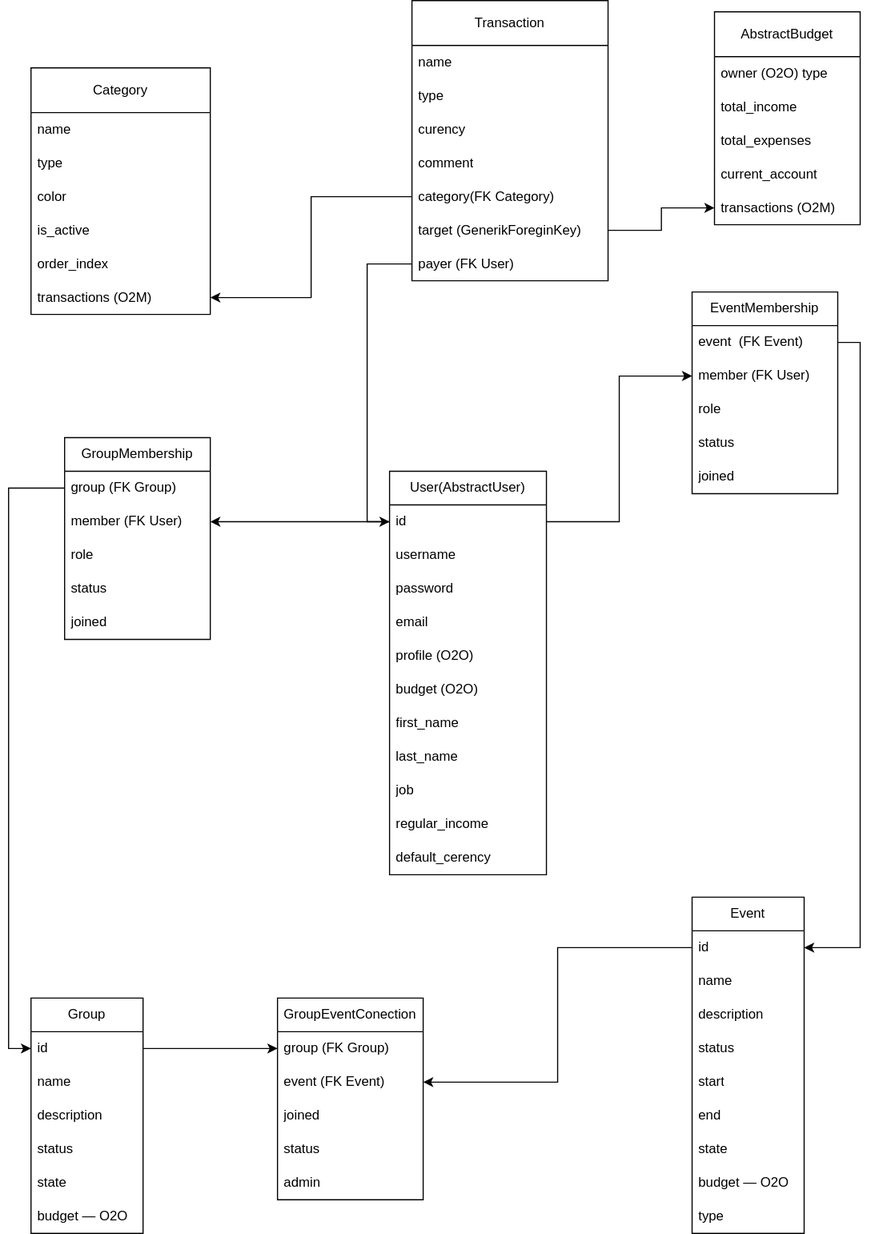
Earlier version of the draw.io export addition_info/core_structure.svg (Vorongor/financial_tracker). Source tidied: cells renumbered, new cells last; positions are measured from the earlier drawing's top-left corner, leaving out a move shared by most shapes.
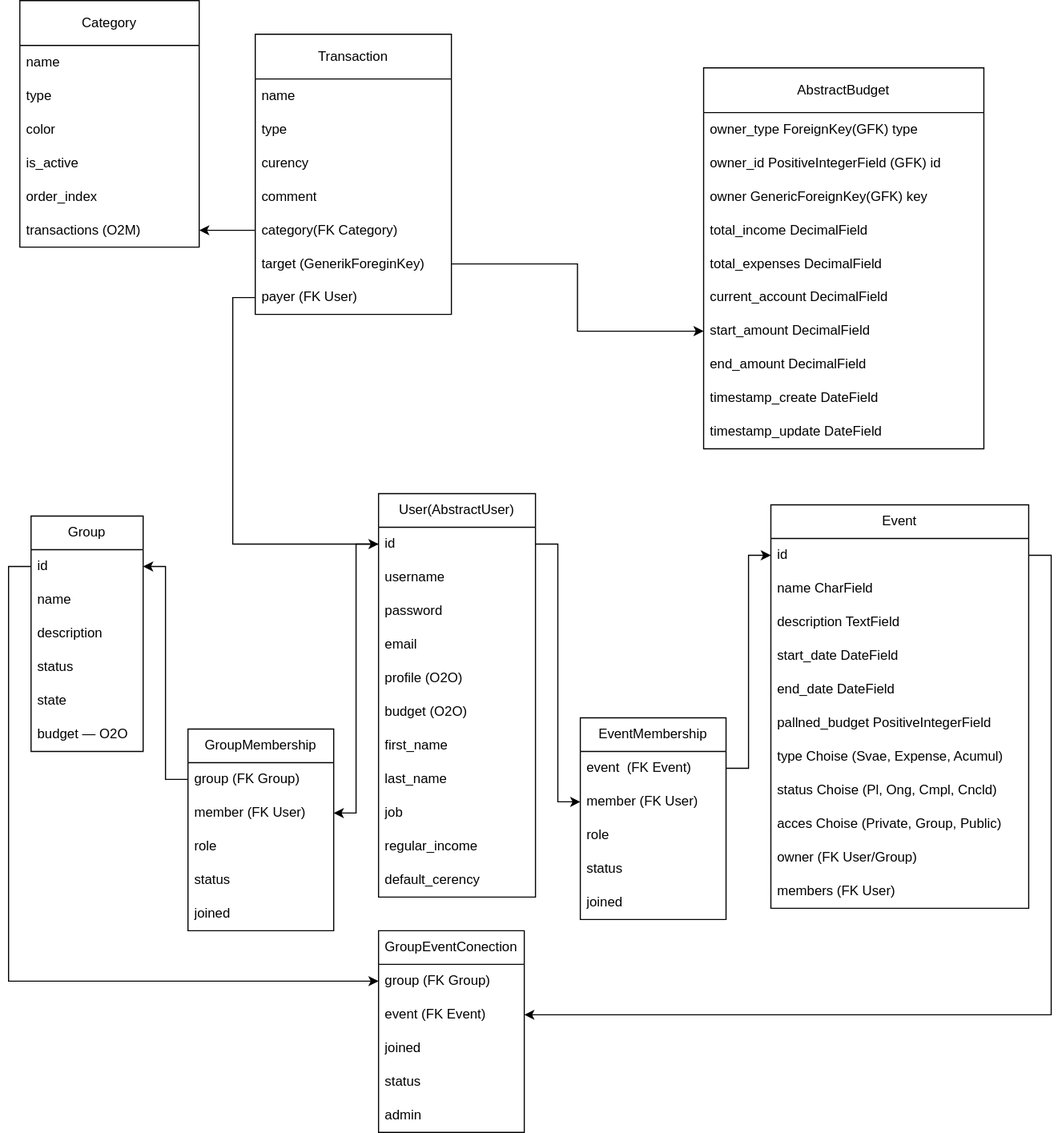
Above is the later version.

Change to the diagram source:
```diff
@@ -3,7 +3,7 @@
     <mxCell id="0" />
     <mxCell id="1" parent="0" />
     <mxCell id="2" value="User(AbstractUser)" style="swimlane;fontStyle=0;horizontal=1;startSize=30;whiteSpace=wrap;html=1;" parent="1" vertex="1">
-      <mxGeometry x="320" y="420" width="140" height="360" as="geometry" />
+      <mxGeometry x="290" y="420" width="140" height="360" as="geometry" />
     </mxCell>
     <mxCell id="3" value="id" style="text;strokeColor=none;fillColor=none;align=left;verticalAlign=middle;spacingLeft=4;spacingRight=4;overflow=hidden;points=[[0,0.5],[1,0.5]];portConstraint=eastwest;whiteSpace=wrap;html=1;" parent="2" vertex="1">
       <mxGeometry y="30" width="140" height="30" as="geometry" />
@@ -39,7 +39,7 @@
       <mxGeometry y="330" width="140" height="30" as="geometry" />
     </mxCell>
     <mxCell id="14" value="Group" style="swimlane;fontStyle=0;horizontal=1;startSize=30;whiteSpace=wrap;html=1;" parent="1" vertex="1">
-      <mxGeometry y="890" width="100" height="210" as="geometry" />
+      <mxGeometry x="-20" y="440" width="100" height="210" as="geometry" />
     </mxCell>
     <mxCell id="15" value="id" style="text;strokeColor=none;fillColor=none;align=left;verticalAlign=middle;spacingLeft=4;spacingRight=4;overflow=hidden;points=[[0,0.5],[1,0.5]];portConstraint=eastwest;whiteSpace=wrap;html=1;" parent="14" vertex="1">
       <mxGeometry y="30" width="100" height="30" as="geometry" />
@@ -60,7 +60,7 @@
       <mxGeometry y="180" width="100" height="30" as="geometry" />
     </mxCell>
     <mxCell id="21" value="GroupMembership" style="swimlane;fontStyle=0;horizontal=1;startSize=30;whiteSpace=wrap;html=1;" parent="1" vertex="1">
-      <mxGeometry x="30" y="390" width="130" height="180" as="geometry" />
+      <mxGeometry x="120" y="630" width="130" height="180" as="geometry" />
     </mxCell>
     <mxCell id="22" value="group (FK Group)" style="text;strokeColor=none;fillColor=none;align=left;verticalAlign=middle;spacingLeft=4;spacingRight=4;overflow=hidden;points=[[0,0.5],[1,0.5]];portConstraint=eastwest;whiteSpace=wrap;html=1;" parent="21" vertex="1">
       <mxGeometry y="30" width="130" height="30" as="geometry" />
@@ -78,7 +78,7 @@
       <mxGeometry y="150" width="130" height="30" as="geometry" />
     </mxCell>
     <mxCell id="27" value="EventMembership" style="swimlane;fontStyle=0;horizontal=1;startSize=30;whiteSpace=wrap;html=1;" parent="1" vertex="1">
-      <mxGeometry x="590" y="260" width="130" height="180" as="geometry" />
+      <mxGeometry x="470" y="620" width="130" height="180" as="geometry" />
     </mxCell>
     <mxCell id="28" value="event&amp;nbsp; (FK Event)" style="text;strokeColor=none;fillColor=none;align=left;verticalAlign=middle;spacingLeft=4;spacingRight=4;overflow=hidden;points=[[0,0.5],[1,0.5]];portConstraint=eastwest;whiteSpace=wrap;html=1;" parent="27" vertex="1">
       <mxGeometry y="30" width="130" height="30" as="geometry" />
@@ -102,37 +102,43 @@
       <mxGeometry relative="1" as="geometry" />
     </mxCell>
     <mxCell id="35" value="Event" style="swimlane;fontStyle=0;horizontal=1;startSize=30;whiteSpace=wrap;html=1;" parent="1" vertex="1">
-      <mxGeometry x="590" y="800" width="100" height="300" as="geometry" />
+      <mxGeometry x="640" y="430" width="230" height="360" as="geometry" />
     </mxCell>
     <mxCell id="36" value="id" style="text;strokeColor=none;fillColor=none;align=left;verticalAlign=middle;spacingLeft=4;spacingRight=4;overflow=hidden;points=[[0,0.5],[1,0.5]];portConstraint=eastwest;whiteSpace=wrap;html=1;" parent="35" vertex="1">
-      <mxGeometry y="30" width="100" height="30" as="geometry" />
+      <mxGeometry y="30" width="230" height="30" as="geometry" />
     </mxCell>
-    <mxCell id="37" value="name" style="text;strokeColor=none;fillColor=none;align=left;verticalAlign=middle;spacingLeft=4;spacingRight=4;overflow=hidden;whiteSpace=wrap;html=1;" parent="35" vertex="1">
-      <mxGeometry y="60" width="100" height="30" as="geometry" />
+    <mxCell id="37" value="name CharField" style="text;strokeColor=none;fillColor=none;align=left;verticalAlign=middle;spacingLeft=4;spacingRight=4;overflow=hidden;whiteSpace=wrap;html=1;" parent="35" vertex="1">
+      <mxGeometry y="60" width="230" height="30" as="geometry" />
     </mxCell>
-    <mxCell id="38" value="description" style="text;strokeColor=none;fillColor=none;align=left;verticalAlign=middle;spacingLeft=4;spacingRight=4;overflow=hidden;whiteSpace=wrap;html=1;" parent="35" vertex="1">
-      <mxGeometry y="90" width="100" height="30" as="geometry" />
+    <mxCell id="38" value="description TextField" style="text;strokeColor=none;fillColor=none;align=left;verticalAlign=middle;spacingLeft=4;spacingRight=4;overflow=hidden;whiteSpace=wrap;html=1;" parent="35" vertex="1">
+      <mxGeometry y="90" width="230" height="30" as="geometry" />
     </mxCell>
-    <mxCell id="39" value="status" style="text;strokeColor=none;fillColor=none;align=left;verticalAlign=middle;spacingLeft=4;spacingRight=4;overflow=hidden;whiteSpace=wrap;html=1;" parent="35" vertex="1">
-      <mxGeometry y="120" width="100" height="30" as="geometry" />
-    </mxCell>
-    <mxCell id="40" value="start" style="text;strokeColor=none;fillColor=none;align=left;verticalAlign=middle;spacingLeft=4;spacingRight=4;overflow=hidden;whiteSpace=wrap;html=1;" parent="35" vertex="1">
-      <mxGeometry y="150" width="100" height="30" as="geometry" />
+    <mxCell id="40" value="start_date&amp;nbsp;DateField" style="text;strokeColor=none;fillColor=none;align=left;verticalAlign=middle;spacingLeft=4;spacingRight=4;overflow=hidden;whiteSpace=wrap;html=1;" parent="35" vertex="1">
+      <mxGeometry y="120" width="230" height="30" as="geometry" />
     </mxCell>
-    <mxCell id="41" value="end" style="text;strokeColor=none;fillColor=none;align=left;verticalAlign=middle;spacingLeft=4;spacingRight=4;overflow=hidden;whiteSpace=wrap;html=1;" parent="35" vertex="1">
-      <mxGeometry y="180" width="100" height="30" as="geometry" />
+    <mxCell id="41" value="end_date&amp;nbsp;DateField" style="text;strokeColor=none;fillColor=none;align=left;verticalAlign=middle;spacingLeft=4;spacingRight=4;overflow=hidden;whiteSpace=wrap;html=1;" parent="35" vertex="1">
+      <mxGeometry y="150" width="230" height="30" as="geometry" />
     </mxCell>
+    <mxCell id="39" value="pallned_budget PositiveIntegerField" style="text;strokeColor=none;fillColor=none;align=left;verticalAlign=middle;spacingLeft=4;spacingRight=4;overflow=hidden;whiteSpace=wrap;html=1;" parent="35" vertex="1">
+      <mxGeometry y="180" width="230" height="30" as="geometry" />
+    </mxCell>
-    <mxCell id="42" value="state" style="text;strokeColor=none;fillColor=none;align=left;verticalAlign=middle;spacingLeft=4;spacingRight=4;overflow=hidden;whiteSpace=wrap;html=1;" parent="35" vertex="1">
-      <mxGeometry y="210" width="100" height="30" as="geometry" />
+    <mxCell id="42" value="type Choise (Svae, Expense, Acumul)" style="text;strokeColor=none;fillColor=none;align=left;verticalAlign=middle;spacingLeft=4;spacingRight=4;overflow=hidden;whiteSpace=wrap;html=1;" parent="35" vertex="1">
+      <mxGeometry y="210" width="230" height="30" as="geometry" />
     </mxCell>
-    <mxCell id="43" value="budget — O2O " style="text;strokeColor=none;fillColor=none;align=left;verticalAlign=middle;spacingLeft=4;spacingRight=4;overflow=hidden;whiteSpace=wrap;html=1;" parent="35" vertex="1">
-      <mxGeometry y="240" width="100" height="30" as="geometry" />
+    <mxCell id="43" value="status Choise (Pl, Ong, Cmpl, Cncld)&amp;nbsp;" style="text;strokeColor=none;fillColor=none;align=left;verticalAlign=middle;spacingLeft=4;spacingRight=4;overflow=hidden;whiteSpace=wrap;html=1;" parent="35" vertex="1">
+      <mxGeometry y="240" width="230" height="30" as="geometry" />
     </mxCell>
-    <mxCell id="44" value="type" style="text;strokeColor=none;fillColor=none;align=left;verticalAlign=middle;spacingLeft=4;spacingRight=4;overflow=hidden;whiteSpace=wrap;html=1;" parent="35" vertex="1">
-      <mxGeometry y="270" width="100" height="30" as="geometry" />
+    <mxCell id="44" value="acces Choise (Private, Group, Public)" style="text;strokeColor=none;fillColor=none;align=left;verticalAlign=middle;spacingLeft=4;spacingRight=4;overflow=hidden;whiteSpace=wrap;html=1;" parent="35" vertex="1">
+      <mxGeometry y="270" width="230" height="30" as="geometry" />
     </mxCell>
+    <mxCell id="79" value="owner (FK User/Group)" style="text;strokeColor=none;fillColor=none;align=left;verticalAlign=middle;spacingLeft=4;spacingRight=4;overflow=hidden;whiteSpace=wrap;html=1;" parent="35" vertex="1">
+      <mxGeometry y="300" width="230" height="30" as="geometry" />
+    </mxCell>
+    <mxCell id="80" value="members (FK User)" style="text;strokeColor=none;fillColor=none;align=left;verticalAlign=middle;spacingLeft=4;spacingRight=4;overflow=hidden;whiteSpace=wrap;html=1;" parent="35" vertex="1">
+      <mxGeometry y="330" width="230" height="30" as="geometry" />
+    </mxCell>
     <mxCell id="45" value="GroupEventConection" style="swimlane;fontStyle=0;horizontal=1;startSize=30;whiteSpace=wrap;html=1;" parent="1" vertex="1">
-      <mxGeometry x="220" y="890" width="130" height="180" as="geometry" />
+      <mxGeometry x="290" y="810" width="130" height="180" as="geometry" />
     </mxCell>
     <mxCell id="46" value="group (FK Group)" style="text;strokeColor=none;fillColor=none;align=left;verticalAlign=middle;spacingLeft=4;spacingRight=4;overflow=hidden;points=[[0,0.5],[1,0.5]];portConstraint=eastwest;whiteSpace=wrap;html=1;" parent="45" vertex="1">
       <mxGeometry y="30" width="130" height="30" as="geometry" />
@@ -149,32 +155,47 @@
     <mxCell id="50" value="admin" style="text;strokeColor=none;fillColor=none;align=left;verticalAlign=middle;spacingLeft=4;spacingRight=4;overflow=hidden;whiteSpace=wrap;html=1;" parent="45" vertex="1">
       <mxGeometry y="150" width="130" height="30" as="geometry" />
     </mxCell>
-    <mxCell id="51" style="edgeStyle=orthogonalEdgeStyle;rounded=0;jettySize=auto;html=1;exitX=0;exitY=0.5;exitDx=0;exitDy=0;entryX=1;entryY=0.5;entryDx=0;entryDy=0;" parent="1" edge="1" source="36" target="47">
+    <mxCell id="51" style="edgeStyle=orthogonalEdgeStyle;rounded=0;jettySize=auto;html=1;exitX=1;exitY=0.5;exitDx=0;exitDy=0;entryX=1;entryY=0.5;entryDx=0;entryDy=0;" parent="1" edge="1" source="36" target="47">
       <mxGeometry relative="1" as="geometry" />
     </mxCell>
-    <mxCell id="52" style="edgeStyle=orthogonalEdgeStyle;rounded=0;jettySize=auto;html=1;exitX=1;exitY=0.5;exitDx=0;exitDy=0;entryX=0;entryY=0.5;entryDx=0;entryDy=0;" parent="1" edge="1" source="15" target="46">
+    <mxCell id="52" style="edgeStyle=orthogonalEdgeStyle;rounded=0;jettySize=auto;html=1;exitX=0;exitY=0.5;exitDx=0;exitDy=0;entryX=0;entryY=0.5;entryDx=0;entryDy=0;" parent="1" edge="1" source="15" target="46">
       <mxGeometry relative="1" as="geometry" />
     </mxCell>
     <mxCell id="53" value="AbstractBudget" style="swimlane;fontStyle=0;horizontal=1;startSize=40;whiteSpace=wrap;html=1;" parent="1" vertex="1">
-      <mxGeometry x="610" y="10" width="130" height="190" as="geometry" />
+      <mxGeometry x="580" y="40" width="250" height="340" as="geometry" />
     </mxCell>
-    <mxCell id="54" value="owner (O2O) type" style="text;strokeColor=none;fillColor=none;align=left;verticalAlign=middle;spacingLeft=4;spacingRight=4;overflow=hidden;whiteSpace=wrap;html=1;" parent="53" vertex="1">
-      <mxGeometry y="40" width="130" height="30" as="geometry" />
+    <mxCell id="54" value="owner_type ForeignKey&lt;span style=&quot;background-color: initial;&quot;&gt;(GFK) type&lt;/span&gt;" style="text;strokeColor=none;fillColor=none;align=left;verticalAlign=middle;spacingLeft=4;spacingRight=4;overflow=hidden;whiteSpace=wrap;html=1;" parent="53" vertex="1">
+      <mxGeometry y="40" width="250" height="30" as="geometry" />
     </mxCell>
+    <mxCell id="81" value="owner_id&amp;nbsp;PositiveIntegerField&lt;span style=&quot;background-color: initial;&quot;&gt;&amp;nbsp;(GFK) id&lt;/span&gt;" style="text;strokeColor=none;fillColor=none;align=left;verticalAlign=middle;spacingLeft=4;spacingRight=4;overflow=hidden;whiteSpace=wrap;html=1;" parent="53" vertex="1">
+      <mxGeometry y="70" width="250" height="30" as="geometry" />
+    </mxCell>
+    <mxCell id="82" value="owner GenericForeignKey&lt;span style=&quot;background-color: initial;&quot;&gt;(GFK) key&lt;/span&gt;" style="text;strokeColor=none;fillColor=none;align=left;verticalAlign=middle;spacingLeft=4;spacingRight=4;overflow=hidden;whiteSpace=wrap;html=1;" parent="53" vertex="1">
+      <mxGeometry y="100" width="250" height="30" as="geometry" />
+    </mxCell>
-    <mxCell id="55" value="total_income" style="text;strokeColor=none;fillColor=none;align=left;verticalAlign=middle;spacingLeft=4;spacingRight=4;overflow=hidden;whiteSpace=wrap;html=1;" parent="53" vertex="1">
-      <mxGeometry y="70" width="130" height="30" as="geometry" />
+    <mxCell id="55" value="total_income DecimalField" style="text;strokeColor=none;fillColor=none;align=left;verticalAlign=middle;spacingLeft=4;spacingRight=4;overflow=hidden;whiteSpace=wrap;html=1;" parent="53" vertex="1">
+      <mxGeometry y="130" width="250" height="30" as="geometry" />
     </mxCell>
-    <mxCell id="56" value="total_expenses" style="text;strokeColor=none;fillColor=none;align=left;verticalAlign=middle;spacingLeft=4;spacingRight=4;overflow=hidden;whiteSpace=wrap;html=1;" parent="53" vertex="1">
-      <mxGeometry y="100" width="130" height="30" as="geometry" />
+    <mxCell id="56" value="total_expenses DecimalField" style="text;strokeColor=none;fillColor=none;align=left;verticalAlign=middle;spacingLeft=4;spacingRight=4;overflow=hidden;whiteSpace=wrap;html=1;" parent="53" vertex="1">
+      <mxGeometry y="160" width="250" height="30" as="geometry" />
     </mxCell>
-    <mxCell id="57" value="current_account" style="text;strokeColor=none;fillColor=none;align=left;verticalAlign=middle;spacingLeft=4;spacingRight=4;overflow=hidden;whiteSpace=wrap;html=1;" parent="53" vertex="1">
-      <mxGeometry y="130" width="130" height="30" as="geometry" />
+    <mxCell id="57" value="current_account DecimalField" style="text;strokeColor=none;fillColor=none;align=left;verticalAlign=middle;spacingLeft=4;spacingRight=4;overflow=hidden;whiteSpace=wrap;html=1;" parent="53" vertex="1">
+      <mxGeometry y="190" width="250" height="30" as="geometry" />
     </mxCell>
-    <mxCell id="58" value="transactions (O2M)" style="text;strokeColor=none;fillColor=none;align=left;verticalAlign=middle;spacingLeft=4;spacingRight=4;overflow=hidden;points=[[0,0.5],[1,0.5]];portConstraint=eastwest;whiteSpace=wrap;html=1;" parent="53" vertex="1">
-      <mxGeometry y="160" width="130" height="30" as="geometry" />
+    <mxCell id="58" value="start_amount DecimalField" style="text;strokeColor=none;fillColor=none;align=left;verticalAlign=middle;spacingLeft=4;spacingRight=4;overflow=hidden;points=[[0,0.5],[1,0.5]];portConstraint=eastwest;whiteSpace=wrap;html=1;" parent="53" vertex="1">
+      <mxGeometry y="220" width="250" height="30" as="geometry" />
     </mxCell>
+    <mxCell id="83" value="end_amount DecimalField" style="text;strokeColor=none;fillColor=none;align=left;verticalAlign=middle;spacingLeft=4;spacingRight=4;overflow=hidden;whiteSpace=wrap;html=1;" parent="53" vertex="1">
+      <mxGeometry y="250" width="250" height="30" as="geometry" />
+    </mxCell>
+    <mxCell id="84" value="timestamp_create DateField" style="text;strokeColor=none;fillColor=none;align=left;verticalAlign=middle;spacingLeft=4;spacingRight=4;overflow=hidden;whiteSpace=wrap;html=1;" parent="53" vertex="1">
+      <mxGeometry y="280" width="250" height="30" as="geometry" />
+    </mxCell>
+    <mxCell id="85" value="timestamp_update DateField" style="text;strokeColor=none;fillColor=none;align=left;verticalAlign=middle;spacingLeft=4;spacingRight=4;overflow=hidden;whiteSpace=wrap;html=1;" parent="53" vertex="1">
+      <mxGeometry y="310" width="250" height="30" as="geometry" />
+    </mxCell>
     <mxCell id="59" value="Category" style="swimlane;fontStyle=0;horizontal=1;startSize=40;whiteSpace=wrap;html=1;" parent="1" vertex="1">
-      <mxGeometry y="60" width="160" height="220" as="geometry" />
+      <mxGeometry x="-30" y="-20" width="160" height="220" as="geometry" />
     </mxCell>
     <mxCell id="60" value="name" style="text;strokeColor=none;fillColor=none;align=left;verticalAlign=middle;spacingLeft=4;spacingRight=4;overflow=hidden;whiteSpace=wrap;html=1;" parent="59" vertex="1">
       <mxGeometry y="40" width="160" height="30" as="geometry" />
@@ -198,7 +219,7 @@
       <mxGeometry relative="1" as="geometry" />
     </mxCell>
     <mxCell id="67" value="Transaction" style="swimlane;fontStyle=0;horizontal=1;startSize=40;whiteSpace=wrap;html=1;" parent="1" vertex="1">
-      <mxGeometry x="340" width="175" height="250" as="geometry" />
+      <mxGeometry x="180" y="10" width="175" height="250" as="geometry" />
     </mxCell>
     <mxCell id="68" value="name" style="text;strokeColor=none;fillColor=none;align=left;verticalAlign=middle;spacingLeft=4;spacingRight=4;overflow=hidden;whiteSpace=wrap;html=1;" parent="67" vertex="1">
       <mxGeometry y="40" width="175" height="30" as="geometry" />
@@ -227,10 +248,10 @@
     <mxCell id="76" style="edgeStyle=orthogonalEdgeStyle;rounded=0;jettySize=auto;html=1;exitX=1;exitY=0.5;exitDx=0;exitDy=0;entryX=0;entryY=0.5;entryDx=0;entryDy=0;" parent="1" edge="1" source="73" target="58">
       <mxGeometry relative="1" as="geometry" />
     </mxCell>
-    <mxCell id="77" style="edgeStyle=orthogonalEdgeStyle;rounded=0;jettySize=auto;html=1;exitX=0;exitY=0.5;exitDx=0;exitDy=0;entryX=0;entryY=0.5;entryDx=0;entryDy=0;" parent="1" edge="1" source="22" target="15">
+    <mxCell id="77" style="edgeStyle=orthogonalEdgeStyle;rounded=0;jettySize=auto;html=1;exitX=0;exitY=0.5;exitDx=0;exitDy=0;entryX=1;entryY=0.5;entryDx=0;entryDy=0;" parent="1" edge="1" source="22" target="15">
       <mxGeometry relative="1" as="geometry" />
     </mxCell>
-    <mxCell id="78" style="edgeStyle=orthogonalEdgeStyle;rounded=0;jettySize=auto;html=1;exitX=1;exitY=0.5;exitDx=0;exitDy=0;entryX=1;entryY=0.5;entryDx=0;entryDy=0;" parent="1" edge="1" source="28" target="36">
+    <mxCell id="78" style="edgeStyle=orthogonalEdgeStyle;rounded=0;jettySize=auto;html=1;exitX=1;exitY=0.5;exitDx=0;exitDy=0;entryX=0;entryY=0.5;entryDx=0;entryDy=0;" parent="1" edge="1" source="28" target="36">
       <mxGeometry relative="1" as="geometry" />
     </mxCell>
   </root>
```
